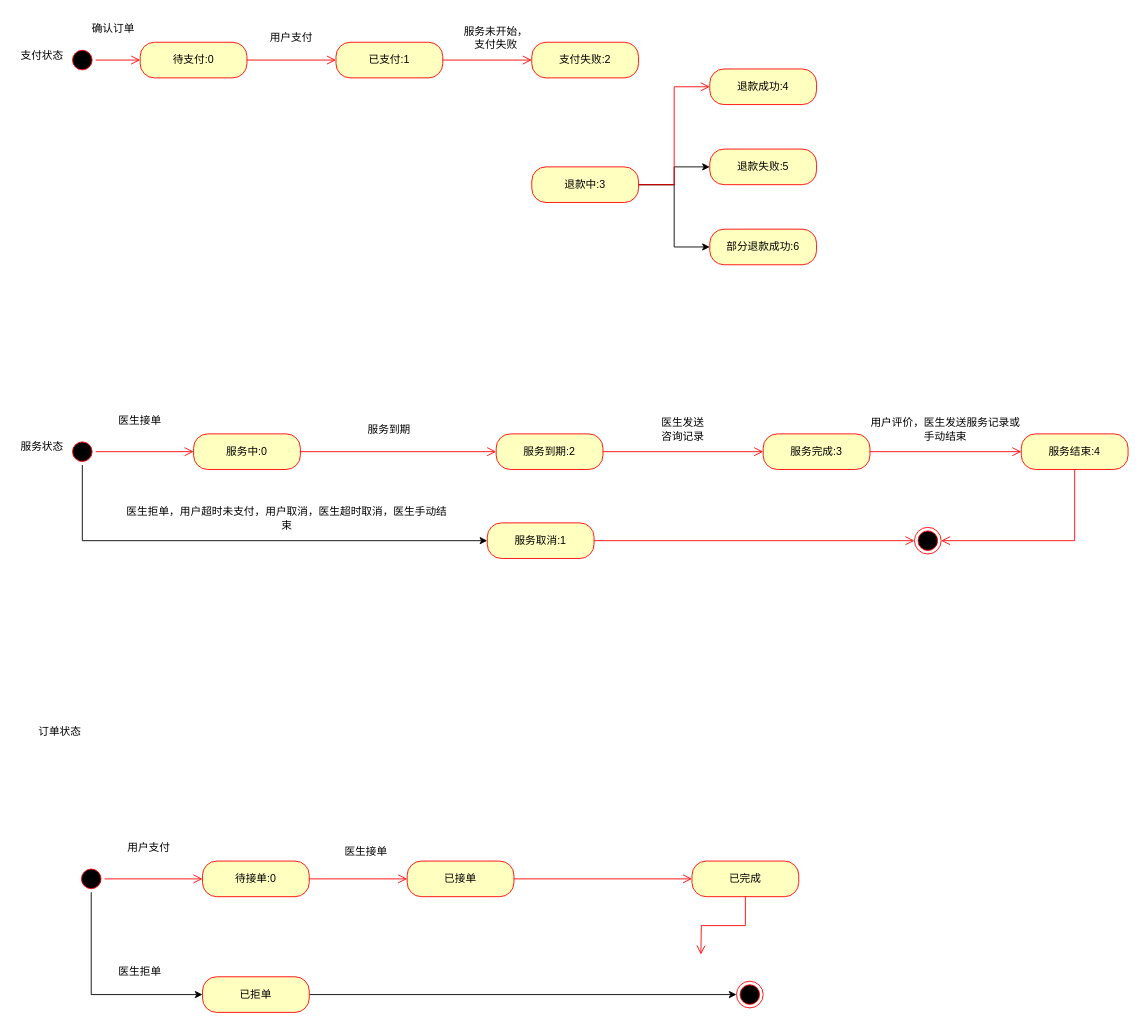
Earlier version of the draw.io diagram page "第 11 页" (11 of 11) of 码上趣.drawio (JhonShi/mashangqu). Source tidied: cells renumbered, new cells numbered last; positions are measured from the earlier drawing's top-left corner, leaving out a move shared by most shapes. Both pictures are drawn from the tidied source at 89%, with x=0, y=0 at pixel (15, 15).
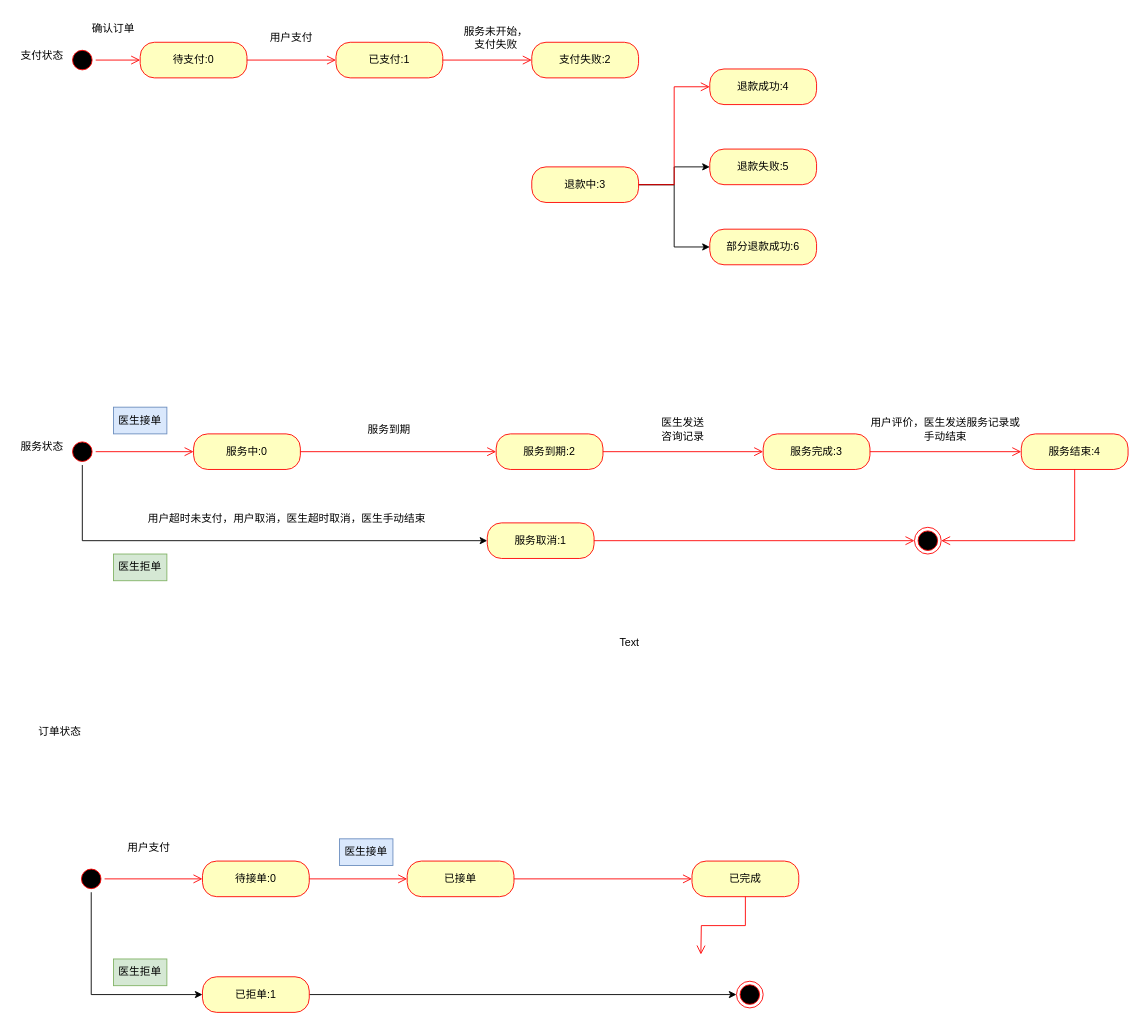
The same page after the edit.

Commit message:
更新码上趣.drawio

The edit, as a diff of the source:
```diff
@@
-    <mxCell id="26" value="医生接单" style="text;html=1;strokeColor=none;fillColor=none;align=center;verticalAlign=middle;whiteSpace=wrap;rounded=0;" parent="1" vertex="1">
+    <mxCell id="26" value="医生接单" style="text;html=1;strokeColor=#6c8ebf;fillColor=#dae8fc;align=center;verticalAlign=middle;whiteSpace=wrap;rounded=0;" parent="1" vertex="1">
       <mxGeometry x="110" y="440" width="60" height="30" as="geometry" />
     </mxCell>
@@
-    <mxCell id="33" value="已拒单" style="rounded=1;whiteSpace=wrap;html=1;arcSize=40;fontColor=#000000;fillColor=#ffffc0;strokeColor=#ff0000;" parent="1" vertex="1">
+    <mxCell id="33" value="已拒单:1" style="rounded=1;whiteSpace=wrap;html=1;arcSize=40;fontColor=#000000;fillColor=#ffffc0;strokeColor=#ff0000;" parent="1" vertex="1">
       <mxGeometry x="210" y="1080" width="120" height="40" as="geometry" />
     </mxCell>
-    <mxCell id="34" value="医生接单" style="text;html=1;strokeColor=none;fillColor=none;align=center;verticalAlign=middle;whiteSpace=wrap;rounded=0;" parent="1" vertex="1">
+    <mxCell id="34" value="医生接单" style="text;html=1;strokeColor=#6c8ebf;fillColor=#dae8fc;align=center;verticalAlign=middle;whiteSpace=wrap;rounded=0;" parent="1" vertex="1">
       <mxGeometry x="364" y="925" width="60" height="30" as="geometry" />
     </mxCell>
-    <mxCell id="35" value="医生拒单" style="text;html=1;strokeColor=none;fillColor=none;align=center;verticalAlign=middle;whiteSpace=wrap;rounded=0;" parent="1" vertex="1">
+    <mxCell id="35" value="医生拒单" style="text;html=1;align=center;verticalAlign=middle;whiteSpace=wrap;rounded=0;fillColor=#d5e8d4;strokeColor=#82b366;" parent="1" vertex="1">
       <mxGeometry x="110" y="1060" width="60" height="30" as="geometry" />
     </mxCell>
-    <mxCell id="36" value="医生拒单，用户超时未支付，用户取消，医生超时取消，医生手动结束" style="text;html=1;strokeColor=none;fillColor=none;align=center;verticalAlign=middle;whiteSpace=wrap;rounded=0;" parent="1" vertex="1">
+    <mxCell id="36" value="用户超时未支付，用户取消，医生超时取消，医生手动结束" style="text;html=1;strokeColor=none;fillColor=none;align=center;verticalAlign=middle;whiteSpace=wrap;rounded=0;" parent="1" vertex="1">
       <mxGeometry x="120" y="550" width="370" height="30" as="geometry" />
     </mxCell>
@@
+    <mxCell id="56" value="Text" style="text;html=1;strokeColor=none;fillColor=none;align=center;verticalAlign=middle;whiteSpace=wrap;rounded=0;" parent="1" vertex="1">
+      <mxGeometry x="660" y="690" width="60" height="30" as="geometry" />
+    </mxCell>
+    <mxCell id="57" value="医生拒单" style="text;html=1;strokeColor=#82b366;fillColor=#d5e8d4;align=center;verticalAlign=middle;whiteSpace=wrap;rounded=0;" parent="1" vertex="1">
+      <mxGeometry x="110" y="605" width="60" height="30" as="geometry" />
+    </mxCell>
```
